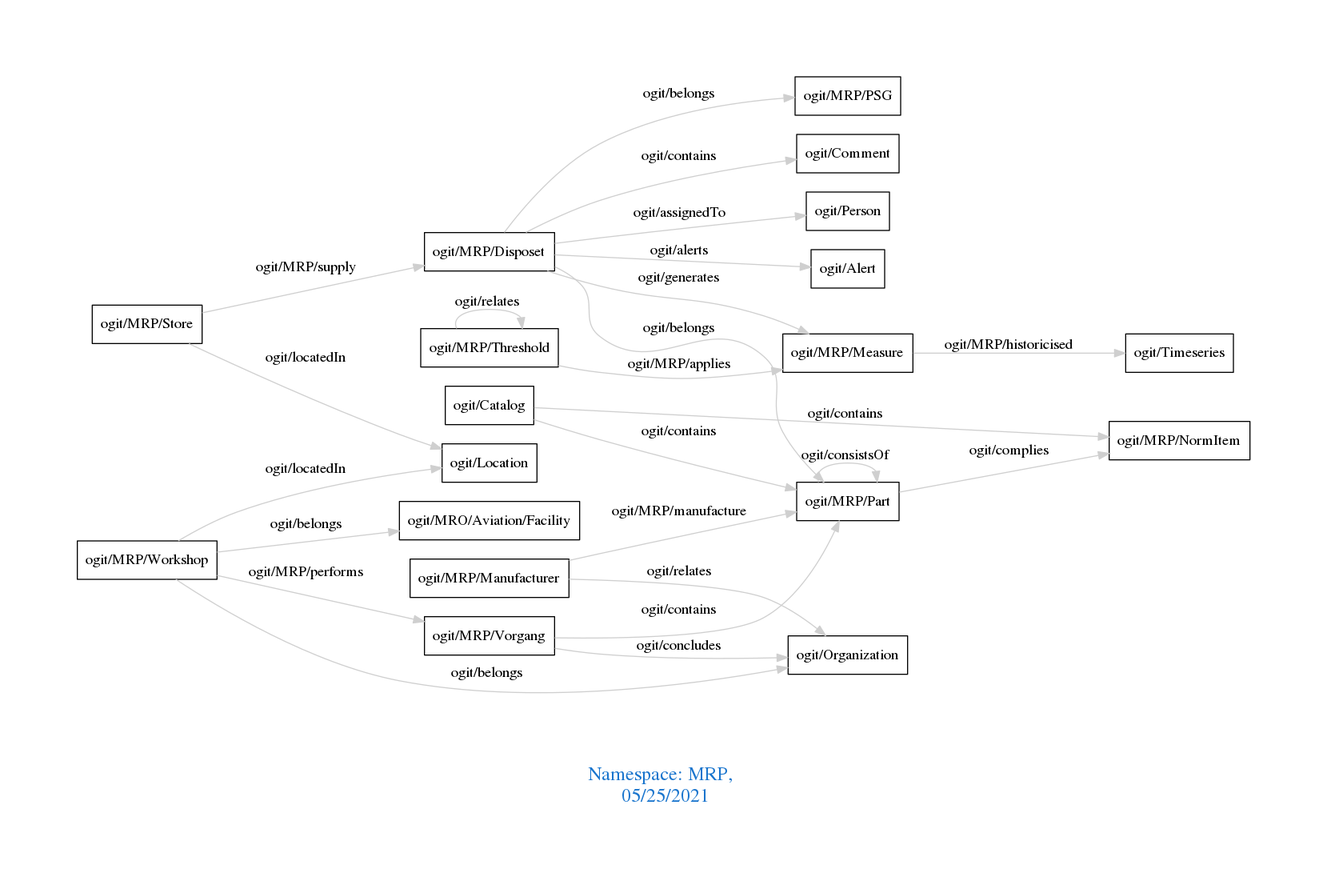
This is downloads/MRP.png from arago/OGIT, a Graphviz export, as it was before one commit. Its source is kept beside it as downloads/MRP.dot.
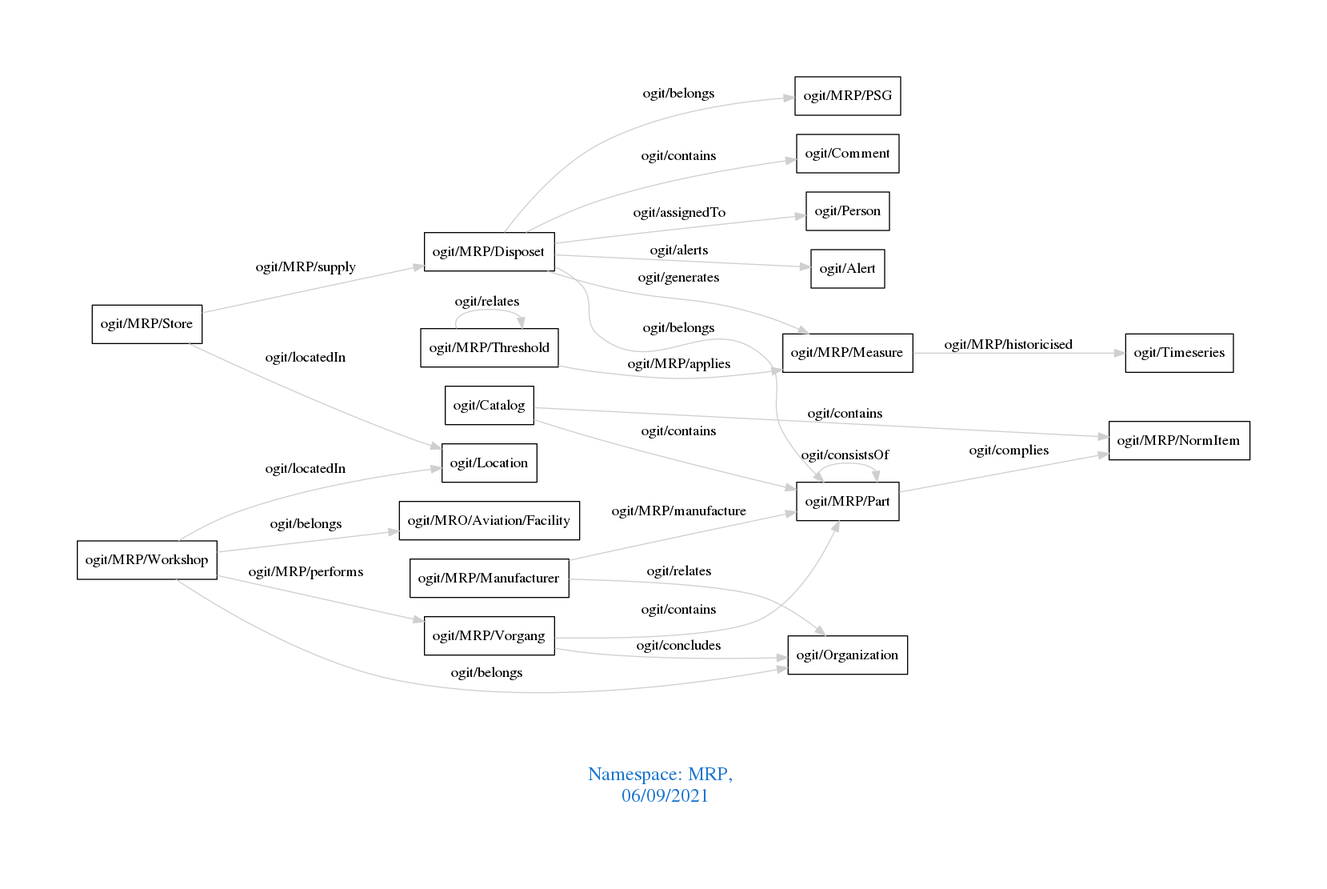
The same diagram one commit later.

Diff of the diagram source:
```diff
@@ -1,7 +1,7 @@
 digraph OGIT_ontology {
  graph [ rankdir= LR,pad=1
 fontsize = 18,
-fontcolor= dodgerblue3,label = "\n\n\nNamespace: MRP, \n 05/25/2021"];
+fontcolor= dodgerblue3,label = "\n\n\nNamespace: MRP, \n 06/09/2021"];
 node[shape=polygon];
 edge [  color="gray81"];
 
```
